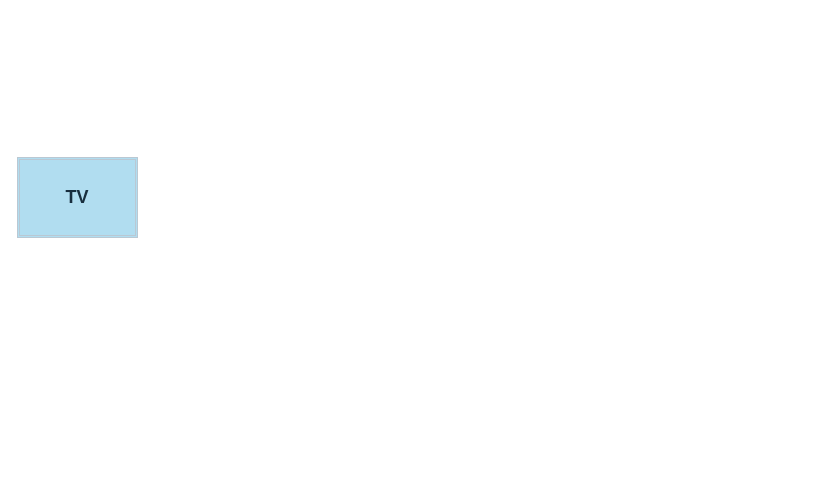
This is TV-茂佳协议接入平台.drawio from MK-Adam-WT/Drawing, a draw.io file, before an edit. Source tidied: cells renumbered, new cells numbered last; positions are measured from the earlier drawing's top-left corner, leaving out a move shared by most shapes. Both pictures are drawn from the tidied source at 100%, with x=0, y=0 at pixel (17, 157).
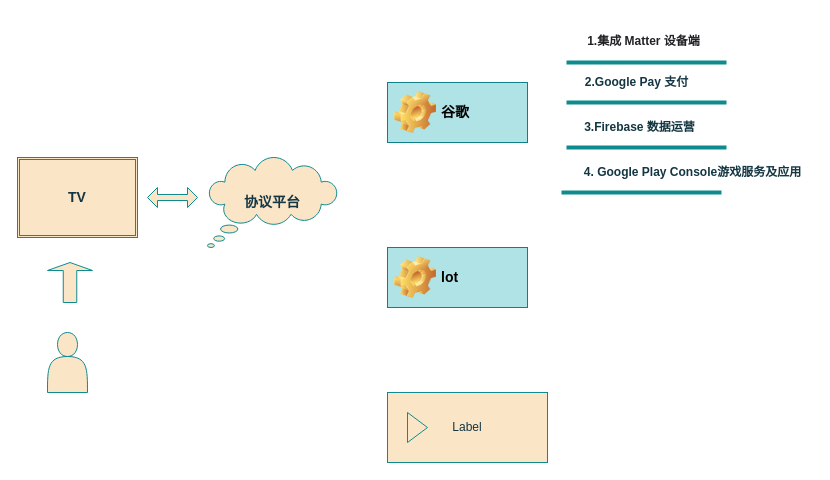
Above is the later version.

Commit message (it also covers changes not shown here):
更新TV-茂佳协议接入平台.drawio

What changed in the source:
```diff
@@
 <mxGraphModel>
   <root>
     <mxCell id="0" />
     <mxCell id="1" parent="0" />
-    <mxCell id="2" value="&lt;font style=&quot;font-size: 18px;&quot;&gt;&lt;b&gt;TV&lt;/b&gt;&lt;/font&gt;" style="shape=ext;double=1;rounded=0;whiteSpace=wrap;html=1;labelBackgroundColor=none;fillColor=#B1DDF0;strokeColor=#BAC8D3;fontColor=#182E3E;" parent="1" vertex="1">
+    <mxCell id="2" value="&lt;font style=&quot;font-size: 14px;&quot;&gt;&lt;b style=&quot;&quot;&gt;TV&lt;/b&gt;&lt;/font&gt;" style="shape=ext;double=1;rounded=0;whiteSpace=wrap;html=1;labelBackgroundColor=none;fillColor=#FAE5C7;strokeColor=#0F8B8D;fontColor=#143642;" parent="1" vertex="1">
       <mxGeometry width="120" height="80" as="geometry" />
     </mxCell>
+    <mxCell id="3" style="shape=actor;whiteSpace=wrap;html=1;rounded=0;labelBackgroundColor=none;fillColor=#FAE5C7;strokeColor=#0F8B8D;fontColor=#143642;" parent="1" vertex="1">
+      <mxGeometry x="30" y="175" width="40" height="60" as="geometry" />
+    </mxCell>
+    <mxCell id="4" style="shape=doubleArrow;whiteSpace=wrap;html=1;rounded=0;labelBackgroundColor=none;fillColor=#FAE5C7;strokeColor=#0F8B8D;fontColor=#143642;" parent="1" vertex="1">
+      <mxGeometry x="130" y="30" width="50" height="20" as="geometry" />
+    </mxCell>
+    <mxCell id="5" value="&lt;font style=&quot;font-size: 14px;&quot;&gt;&lt;b style=&quot;&quot;&gt;协议平台&lt;/b&gt;&lt;/font&gt;" style="whiteSpace=wrap;html=1;shape=mxgraph.basic.cloud_callout;rounded=0;labelBackgroundColor=none;fillColor=#FAE5C7;strokeColor=#0F8B8D;fontColor=#143642;" parent="1" vertex="1">
+      <mxGeometry x="190" width="130" height="90" as="geometry" />
+    </mxCell>
+    <mxCell id="6" style="shape=singleArrow;direction=north;whiteSpace=wrap;html=1;rounded=0;labelBackgroundColor=none;fillColor=#FAE5C7;strokeColor=#0F8B8D;fontColor=#143642;" parent="1" vertex="1">
+      <mxGeometry x="30" y="105" width="45" height="40" as="geometry" />
+    </mxCell>
+    <mxCell id="7" value="&lt;font style=&quot;font-size: 14px;&quot;&gt;谷歌&amp;nbsp;&lt;/font&gt;" style="label;whiteSpace=wrap;html=1;image=img/clipart/Gear_128x128.png;rounded=0;labelBackgroundColor=none;fillColor=#b0e3e6;strokeColor=#0e8088;" parent="1" vertex="1">
+      <mxGeometry x="370" y="-75" width="140" height="60" as="geometry" />
+    </mxCell>
+    <mxCell id="8" value="&lt;font style=&quot;font-size: 14px;&quot;&gt;lot&lt;/font&gt;" style="label;whiteSpace=wrap;html=1;image=img/clipart/Gear_128x128.png;rounded=0;labelBackgroundColor=none;fillColor=#b0e3e6;strokeColor=#0e8088;" parent="1" vertex="1">
+      <mxGeometry x="370" y="90" width="140" height="60" as="geometry" />
+    </mxCell>
+    <mxCell id="9" style="line;strokeWidth=4;html=1;perimeter=backbonePerimeter;strokeColor=#0F8B8D;fontColor=#143642;fillColor=#FAE5C7;" parent="1" vertex="1">
+      <mxGeometry x="549" y="-60" width="160" height="10" as="geometry" />
+    </mxCell>
+    <mxCell id="10" value="&lt;h1 style=&quot;box-sizing: border-box; outline: 0px; margin: 0px; padding: 0px; font-family: &amp;quot;PingFang SC&amp;quot;, &amp;quot;Microsoft YaHei&amp;quot;, SimHei, Arial, SimSun; overflow-wrap: break-word; color: rgb(34, 34, 38); word-break: break-all; font-variant-ligatures: common-ligatures; text-align: start; background-color: rgb(255, 255, 255);&quot; id=&quot;articleContentId&quot; class=&quot;title-article&quot;&gt;&lt;font style=&quot;font-size: 12px;&quot;&gt;1.集成 Matter 设备端&lt;/font&gt;&lt;/h1&gt;" style="text;html=1;align=center;verticalAlign=middle;strokeColor=none;fillColor=none;fontColor=#143642;" parent="1" vertex="1">
+      <mxGeometry x="556" y="-140" width="140" height="40" as="geometry" />
+    </mxCell>
+    <mxCell id="11" style="line;strokeWidth=4;html=1;perimeter=backbonePerimeter;strokeColor=#0F8B8D;fontColor=#143642;fillColor=#FAE5C7;" parent="1" vertex="1">
+      <mxGeometry x="549" y="-100" width="160" height="10" as="geometry" />
+    </mxCell>
+    <mxCell id="12" value="&lt;b&gt;2.Google Pay 支付&lt;/b&gt;" style="text;html=1;align=center;verticalAlign=middle;strokeColor=none;fillColor=none;fontColor=#143642;" parent="1" vertex="1">
+      <mxGeometry x="554" y="-90" width="130" height="30" as="geometry" />
+    </mxCell>
+    <mxCell id="13" value="Label" style="html=1;whiteSpace=wrap;strokeColor=#0F8B8D;fontColor=#143642;fillColor=#FAE5C7;" parent="1" vertex="1">
+      <mxGeometry x="370" y="235" width="160" height="70" as="geometry" />
+    </mxCell>
+    <mxCell id="14" style="triangle;html=1;whiteSpace=wrap;strokeColor=#0F8B8D;fontColor=#143642;fillColor=#FAE5C7;" parent="13" vertex="1">
+      <mxGeometry x="20" y="20" width="20" height="30" as="geometry" />
+    </mxCell>
+    <mxCell id="15" style="line;strokeWidth=4;html=1;perimeter=backbonePerimeter;strokeColor=#0F8B8D;fontColor=#143642;fillColor=#FAE5C7;" parent="1" vertex="1">
+      <mxGeometry x="549" y="-15" width="160" height="10" as="geometry" />
+    </mxCell>
+    <mxCell id="16" value="&lt;b&gt;3.Firebase 数据运营&lt;/b&gt;" style="text;html=1;align=center;verticalAlign=middle;strokeColor=none;fillColor=none;fontColor=#143642;" parent="1" vertex="1">
+      <mxGeometry x="557" y="-45" width="130" height="30" as="geometry" />
+    </mxCell>
+    <mxCell id="17" style="line;strokeWidth=4;html=1;perimeter=backbonePerimeter;strokeColor=#0F8B8D;fontColor=#143642;fillColor=#FAE5C7;" parent="1" vertex="1">
+      <mxGeometry x="544" y="30" width="160" height="10" as="geometry" />
+    </mxCell>
+    <mxCell id="18" value="&lt;b&gt;4.&amp;nbsp;Google Play Console游戏服务及应用&lt;/b&gt;" style="text;html=1;align=center;verticalAlign=middle;strokeColor=none;fillColor=none;fontColor=#143642;" parent="1" vertex="1">
+      <mxGeometry x="555" width="240" height="30" as="geometry" />
+    </mxCell>
   </root>
 </mxGraphModel>
```
